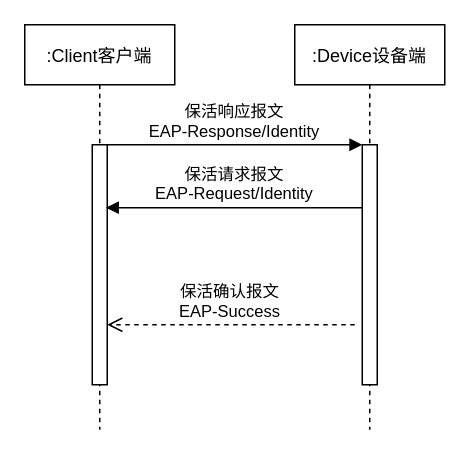
Before: EAP中继认证方式的流程图.drawio in PATORITU/PATORITU, a draw.io diagram. Source tidied: cells renumbered, new cells numbered last; positions are measured from the earlier drawing's top-left corner, leaving out a move shared by most shapes. Both pictures are drawn from the tidied source at 150%, with x=0, y=0 at pixel (24, 24).
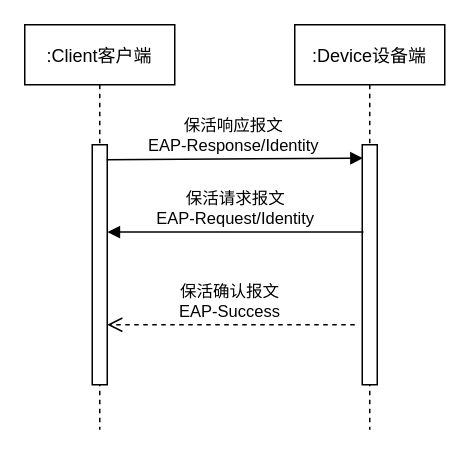
After the change.

Commit message:
更新EAP中继认证方式的流程图.drawio

Diff of the diagram source:
```diff
@@
 <mxGraphModel>
   <root>
     <mxCell id="0" />
     <mxCell id="1" parent="0" />
     <mxCell id="2" value=":Client客户端" style="shape=umlLifeline;perimeter=lifelinePerimeter;rounded=0;shadow=0;strokeWidth=1;" parent="1" vertex="1">
       <mxGeometry width="100" height="270" as="geometry" />
     </mxCell>
     <mxCell id="3" style="points=[];perimeter=orthogonalPerimeter;rounded=0;shadow=0;strokeWidth=1;" parent="2" vertex="1">
       <mxGeometry x="45" y="80" width="10" height="160" as="geometry" />
     </mxCell>
     <mxCell id="4" value=":Device设备端" style="shape=umlLifeline;perimeter=lifelinePerimeter;rounded=0;shadow=0;strokeWidth=1;" parent="1" vertex="1">
       <mxGeometry x="180" width="100" height="270" as="geometry" />
     </mxCell>
     <mxCell id="5" style="points=[];perimeter=orthogonalPerimeter;rounded=0;shadow=0;strokeWidth=1;" parent="4" vertex="1">
       <mxGeometry x="45" y="80" width="10" height="160" as="geometry" />
     </mxCell>
     <mxCell id="6" value="保活确认报文&#10;EAP-Success" style="verticalAlign=bottom;endArrow=open;dashed=1;endSize=8;shadow=0;strokeWidth=1;" parent="1" edge="1" target="3">
       <mxGeometry relative="1" as="geometry">
         <mxPoint x="220" y="200" as="sourcePoint" />
       </mxGeometry>
     </mxCell>
-    <mxCell id="7" value="保活响应报文&#10;EAP-Response/Identity" style="verticalAlign=bottom;endArrow=block;entryX=0;entryY=0;shadow=0;strokeWidth=1;" parent="1" edge="1" source="3" target="5">
+    <mxCell id="7" value="保活响应报文&#10;EAP-Response/Identity" style="verticalAlign=bottom;endArrow=block;entryX=0.054;entryY=0.056;shadow=0;strokeWidth=1;exitX=0.957;exitY=0.062;exitDx=0;exitDy=0;exitPerimeter=0;entryDx=0;entryDy=0;entryPerimeter=0;" parent="1" edge="1" source="3" target="5">
       <mxGeometry relative="1" as="geometry" />
     </mxCell>
-    <mxCell id="8" value="保活请求报文&#10;EAP-Request/Identity" style="verticalAlign=bottom;endArrow=block;entryX=0.916;entryY=0.262;shadow=0;strokeWidth=1;entryDx=0;entryDy=0;entryPerimeter=0;" parent="1" edge="1" source="5" target="3">
+    <mxCell id="8" value="保活请求报文&#10;EAP-Request/Identity" style="verticalAlign=bottom;endArrow=block;shadow=0;strokeWidth=1;exitX=0.083;exitY=0.364;exitDx=0;exitDy=0;exitPerimeter=0;" parent="1" edge="1" source="5" target="3">
       <mxGeometry relative="1" as="geometry" />
     </mxCell>
   </root>
 </mxGraphModel>
```
